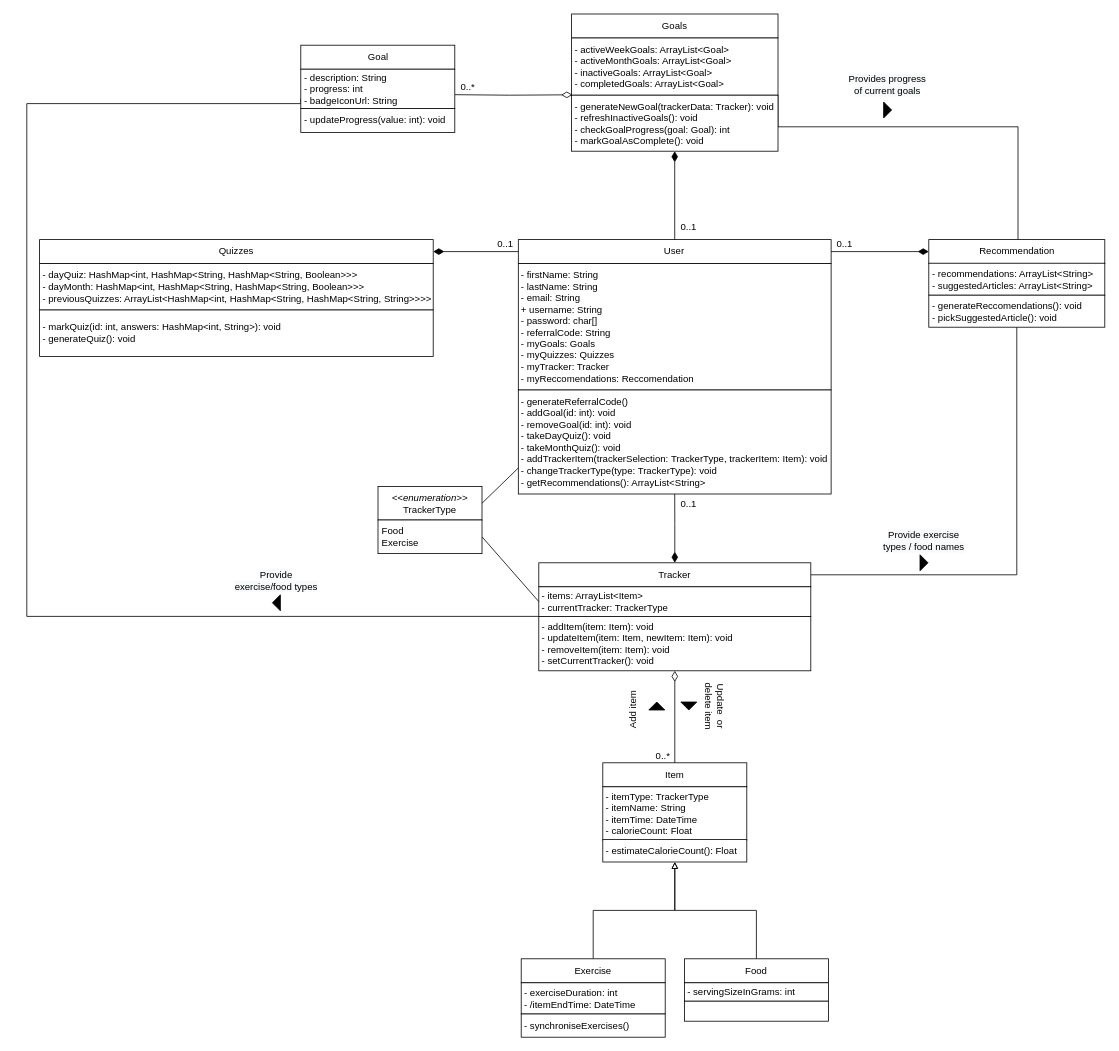
Before: Final_class_diagram_improved.drawio in ahammond3aws/DC2SEN, a draw.io diagram. Source tidied: cells renumbered, new cells numbered last; positions are measured from the earlier drawing's top-left corner, leaving out a move shared by most shapes. Both pictures are drawn from the tidied source at 80%, with x=0, y=0 at pixel (26, 14).
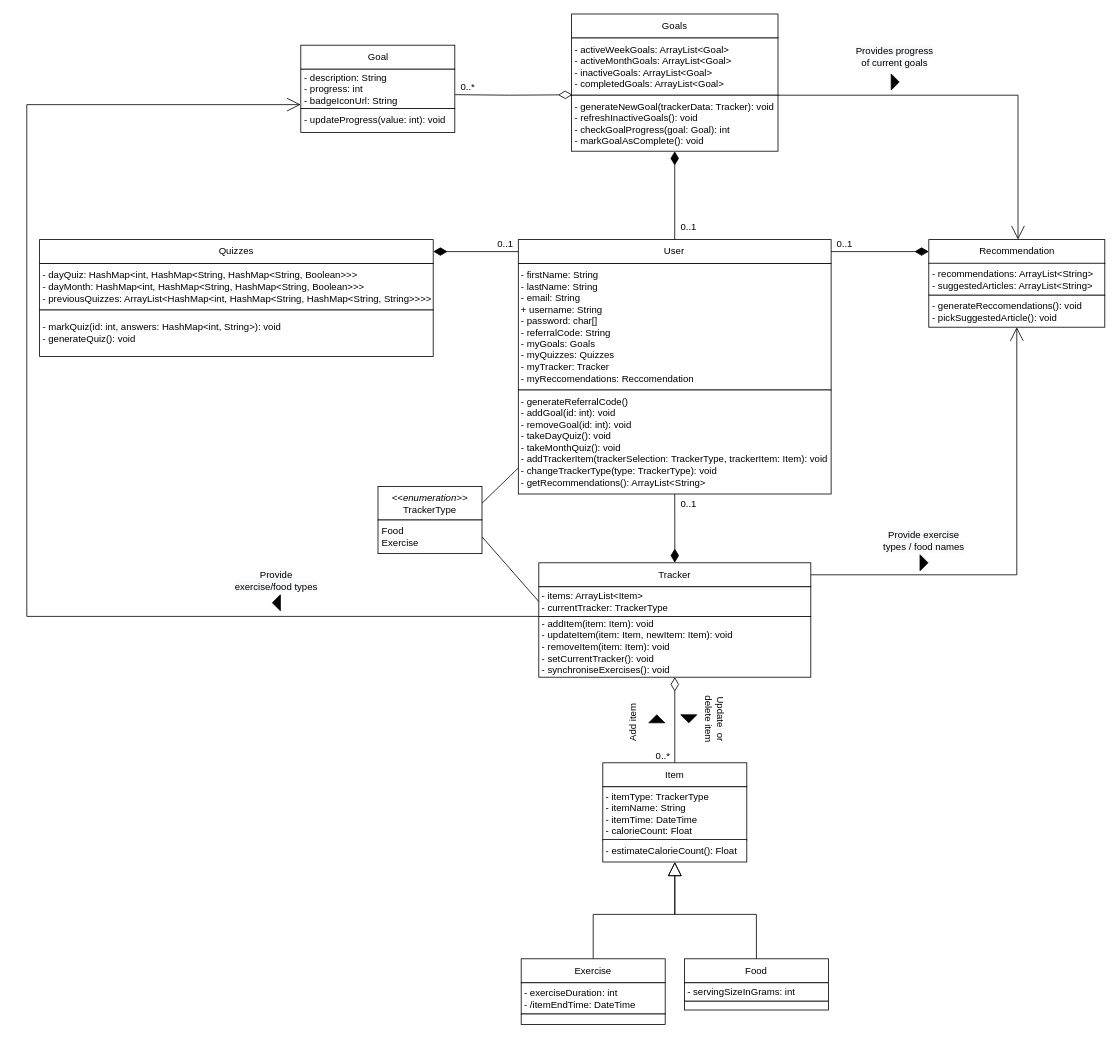
After the change.

Unchanged cells that the change refers to:
```xml
<mxCell id="2" value="User" style="rounded=0;whiteSpace=wrap;html=1;" parent="1" vertex="1">
  <mxGeometry x="614.4" y="282" width="391" height="30" as="geometry" />
</mxCell>
<mxCell id="5" value="Tracker" style="rounded=0;whiteSpace=wrap;html=1;" parent="1" vertex="1">
  <mxGeometry x="640" y="686" width="340" height="30" as="geometry" />
</mxCell>
<mxCell id="7" value="Exercise" style="rounded=0;whiteSpace=wrap;html=1;" parent="1" vertex="1">
  <mxGeometry x="618" y="1181" width="180" height="30" as="geometry" />
</mxCell>
<mxCell id="9" value="Food" style="rounded=0;whiteSpace=wrap;html=1;" parent="1" vertex="1">
  <mxGeometry x="822" y="1181" width="180" height="30" as="geometry" />
</mxCell>
<mxCell id="12" value="Recommendation" style="rounded=0;whiteSpace=wrap;html=1;" parent="1" vertex="1">
  <mxGeometry x="1127.5" y="282" width="220" height="30" as="geometry" />
</mxCell>
<mxCell id="16" value="Quizzes" style="rounded=0;whiteSpace=wrap;html=1;" parent="1" vertex="1">
  <mxGeometry x="16" y="282" width="492" height="30" as="geometry" />
</mxCell>
<mxCell id="34" value="- items: ArrayList&amp;lt;Item&amp;gt;&lt;br&gt;- currentTracker:&amp;nbsp;&lt;span style=&quot;text-align: center;&quot;&gt;TrackerType&lt;/span&gt;" style="rounded=0;whiteSpace=wrap;html=1;align=left;spacingLeft=2;" parent="1" vertex="1">
  <mxGeometry x="640" y="716" width="340" height="37" as="geometry" />
</mxCell>
<mxCell id="38" value="- generateReccomendations(): void&lt;br&gt;- pickSuggestedArticle(): void" style="rounded=0;whiteSpace=wrap;html=1;align=left;spacingLeft=2;" parent="1" vertex="1">
  <mxGeometry x="1127.5" y="351.5" width="220" height="40" as="geometry" />
</mxCell>
<mxCell id="40" value="- generateReferralCode()&lt;br&gt;- addGoal(id: int): void&lt;br&gt;- removeGoal(id: int): void&lt;br&gt;- takeDayQuiz(): void&lt;br&gt;- takeMonthQuiz(): void&lt;br&gt;- addTrackerItem(trackerSelection:&amp;nbsp;&lt;span style=&quot;text-align: center;&quot;&gt;TrackerType&lt;/span&gt;, trackerItem: Item): void&lt;br&gt;- changeTrackerType(type: TrackerType): void&lt;br&gt;- getRecommendations(): ArrayList&amp;lt;String&amp;gt;" style="rounded=0;whiteSpace=wrap;html=1;align=left;spacingLeft=2;" parent="1" vertex="1">
  <mxGeometry x="614.4" y="470" width="391" height="130" as="geometry" />
</mxCell>
<mxCell id="42" value="&lt;i&gt;&amp;lt;&amp;lt;enumeration&amp;gt;&amp;gt;&lt;/i&gt;&lt;br&gt;TrackerType" style="rounded=0;whiteSpace=wrap;html=1;" parent="1" vertex="1">
  <mxGeometry x="439" y="590.5" width="130" height="42" as="geometry" />
</mxCell>
<mxCell id="44" value="&lt;div style=&quot;&quot;&gt;&lt;span style=&quot;background-color: initial;&quot;&gt;Food&lt;/span&gt;&lt;/div&gt;&lt;div style=&quot;&quot;&gt;&lt;span style=&quot;background-color: initial;&quot;&gt;Exercise&lt;/span&gt;&lt;/div&gt;" style="rounded=0;whiteSpace=wrap;html=1;align=left;spacingLeft=3;" parent="1" vertex="1">
  <mxGeometry x="439" y="632.5" width="130" height="42" as="geometry" />
</mxCell>
<mxCell id="47" value="- activeWeekGoals: ArrayList&amp;lt;Goal&amp;gt;&lt;br&gt;- activeMonthGoals: ArrayList&amp;lt;Goal&amp;gt;&lt;br&gt;- inactiveGoals: ArrayList&amp;lt;Goal&amp;gt;&lt;br&gt;- completedGoals: ArrayList&amp;lt;Goal&amp;gt;" style="rounded=0;whiteSpace=wrap;html=1;align=left;spacingLeft=2;" parent="1" vertex="1">
  <mxGeometry x="681" y="30" width="258" height="71.5" as="geometry" />
</mxCell>
<mxCell id="49" value="- generateNewGoal(trackerData: Tracker): void&lt;br&gt;- refreshInactiveGoals(): void&lt;br&gt;- checkGoalProgress(goal: Goal): int&lt;br&gt;- markGoalAsComplete(): void" style="rounded=0;whiteSpace=wrap;html=1;align=left;spacingLeft=2;" parent="1" vertex="1">
  <mxGeometry x="680.8" y="101.5" width="258.2" height="70" as="geometry" />
</mxCell>
<mxCell id="51" value="- description: String&lt;br&gt;- progress: int&lt;br&gt;- badgeIconUrl: String" style="rounded=0;whiteSpace=wrap;html=1;align=left;spacingLeft=2;" parent="1" vertex="1">
  <mxGeometry x="342.5" y="69" width="192.5" height="49" as="geometry" />
</mxCell>
<mxCell id="56" value="Item" style="rounded=0;whiteSpace=wrap;html=1;" parent="1" vertex="1">
  <mxGeometry x="720" y="936" width="180" height="30" as="geometry" />
</mxCell>
<mxCell id="58" value="- estimateCalorieCount(): Float" style="rounded=0;whiteSpace=wrap;html=1;align=left;spacingLeft=2;" parent="1" vertex="1">
  <mxGeometry x="720" y="1032" width="180" height="28" as="geometry" />
</mxCell>
```

Diff of the diagram source:
```diff
@@
-    <mxCell id="3" style="edgeStyle=orthogonalEdgeStyle;rounded=0;jettySize=auto;html=1;exitX=0.5;exitY=0;exitDx=0;exitDy=0;entryX=0.5;entryY=1;entryDx=0;entryDy=0;endArrow=none;endFill=0;startArrow=diamondThin;startFill=1;startSize=11;" parent="1" edge="1" source="5" target="40">
+    <mxCell id="3" style="edgeStyle=orthogonalEdgeStyle;rounded=0;jettySize=auto;html=1;exitX=0.5;exitY=0;exitDx=0;exitDy=0;entryX=0.5;entryY=1;entryDx=0;entryDy=0;endArrow=none;endFill=0;startArrow=diamondThin;startFill=1;startSize=15;endSize=15;" parent="1" edge="1" source="5" target="40">
       <mxGeometry relative="1" as="geometry" />
     </mxCell>
-    <mxCell id="4" style="edgeStyle=orthogonalEdgeStyle;rounded=0;jumpSize=6;jettySize=auto;html=1;exitX=1;exitY=0.5;exitDx=0;exitDy=0;entryX=0.5;entryY=1;entryDx=0;entryDy=0;strokeWidth=1;fontSize=12;startArrow=none;startFill=0;endArrow=none;endFill=0;startSize=6;endSize=11;" parent="1" edge="1" source="5" target="38">
+    <mxCell id="4" style="edgeStyle=orthogonalEdgeStyle;rounded=0;jumpSize=6;jettySize=auto;html=1;exitX=1;exitY=0.5;exitDx=0;exitDy=0;entryX=0.5;entryY=1;entryDx=0;entryDy=0;strokeWidth=1;fontSize=12;startArrow=none;startFill=0;endArrow=open;endFill=0;startSize=15;endSize=15;" parent="1" edge="1" source="5" target="38">
       <mxGeometry relative="1" as="geometry" />
     </mxCell>
@@
-    <mxCell id="6" style="edgeStyle=orthogonalEdgeStyle;rounded=0;jettySize=auto;html=1;exitX=0.5;exitY=0;exitDx=0;exitDy=0;entryX=0.5;entryY=1;entryDx=0;entryDy=0;endArrow=block;endFill=0;" parent="1" edge="1" source="7" target="58">
+    <mxCell id="6" style="edgeStyle=orthogonalEdgeStyle;rounded=0;jettySize=auto;html=1;exitX=0.5;exitY=0;exitDx=0;exitDy=0;entryX=0.5;entryY=1;entryDx=0;entryDy=0;endArrow=block;endFill=0;endSize=15;startSize=15;" parent="1" edge="1" source="7" target="58">
       <mxGeometry relative="1" as="geometry" />
     </mxCell>
@@
-    <mxCell id="8" style="edgeStyle=orthogonalEdgeStyle;rounded=0;jettySize=auto;html=1;exitX=0.5;exitY=0;exitDx=0;exitDy=0;entryX=0.5;entryY=1;entryDx=0;entryDy=0;endArrow=block;endFill=0;" parent="1" edge="1" source="9" target="58">
+    <mxCell id="8" style="edgeStyle=orthogonalEdgeStyle;rounded=0;jettySize=auto;html=1;exitX=0.5;exitY=0;exitDx=0;exitDy=0;entryX=0.5;entryY=1;entryDx=0;entryDy=0;endArrow=block;endFill=0;endSize=15;startSize=15;" parent="1" edge="1" source="9" target="58">
       <mxGeometry relative="1" as="geometry" />
     </mxCell>
@@
-    <mxCell id="10" style="edgeStyle=orthogonalEdgeStyle;rounded=0;jettySize=auto;html=1;entryX=1;entryY=0.5;entryDx=0;entryDy=0;endArrow=none;endFill=0;startArrow=diamondThin;startFill=1;startSize=11;" parent="1" edge="1" source="12" target="2">
+    <mxCell id="10" style="edgeStyle=orthogonalEdgeStyle;rounded=0;jettySize=auto;html=1;entryX=1;entryY=0.5;entryDx=0;entryDy=0;endArrow=none;endFill=0;startArrow=diamondThin;startFill=1;startSize=15;endSize=15;" parent="1" edge="1" source="12" target="2">
       <mxGeometry relative="1" as="geometry" />
     </mxCell>
-    <mxCell id="11" style="edgeStyle=orthogonalEdgeStyle;rounded=0;jettySize=auto;html=1;entryX=1;entryY=1;entryDx=0;entryDy=0;endArrow=none;endFill=0;" parent="1" edge="1" source="12" target="47">
-      <mxGeometry relative="1" as="geometry">
+    <mxCell id="11" style="edgeStyle=orthogonalEdgeStyle;rounded=0;jettySize=auto;html=1;entryX=1;entryY=1;entryDx=0;entryDy=0;endArrow=none;endFill=0;startArrow=open;startFill=0;endSize=15;startSize=15;" parent="1" edge="1" source="12" target="47">
+      <mxGeometry x="0.06" y="50" relative="1" as="geometry">
         <Array as="points">
-          <mxPoint x="1239" y="141" />
+          <mxPoint x="1239" y="101" />
         </Array>
       </mxGeometry>
     </mxCell>
@@
-    <mxCell id="13" style="edgeStyle=orthogonalEdgeStyle;rounded=0;jettySize=auto;html=1;entryX=0.5;entryY=0;entryDx=0;entryDy=0;endArrow=none;endFill=0;startArrow=diamondThin;startFill=1;endSize=6;jumpSize=6;fontSize=12;strokeWidth=1;startSize=11;exitX=0.5;exitY=1;exitDx=0;exitDy=0;" parent="1" edge="1" source="49" target="2">
+    <mxCell id="13" style="edgeStyle=orthogonalEdgeStyle;rounded=0;jettySize=auto;html=1;entryX=0.5;entryY=0;entryDx=0;entryDy=0;endArrow=none;endFill=0;startArrow=diamondThin;startFill=1;endSize=15;jumpSize=6;fontSize=12;strokeWidth=1;startSize=15;exitX=0.5;exitY=1;exitDx=0;exitDy=0;" parent="1" edge="1" source="49" target="2">
       <mxGeometry relative="1" as="geometry" />
     </mxCell>
@@
-    <mxCell id="15" style="edgeStyle=orthogonalEdgeStyle;rounded=0;jettySize=auto;html=1;entryX=0;entryY=0.5;entryDx=0;entryDy=0;endArrow=none;endFill=0;startArrow=diamondThin;startFill=1;startSize=11;" parent="1" edge="1" source="16" target="2">
+    <mxCell id="15" style="edgeStyle=orthogonalEdgeStyle;rounded=0;jettySize=auto;html=1;entryX=0;entryY=0.5;entryDx=0;entryDy=0;endArrow=none;endFill=0;startArrow=diamondThin;startFill=1;startSize=15;endSize=15;" parent="1" edge="1" source="16" target="2">
       <mxGeometry relative="1" as="geometry" />
     </mxCell>
@@
     <mxCell id="22" style="triangle;whiteSpace=wrap;html=1;fontSize=12;fillColor=#000000;rotation=-90;" parent="1" vertex="1">
-      <mxGeometry x="782.5" y="855" width="10" height="20" as="geometry" />
+      <mxGeometry x="782.5" y="871" width="10" height="20" as="geometry" />
     </mxCell>
     <mxCell id="23" style="triangle;whiteSpace=wrap;html=1;fontSize=12;fillColor=#000000;rotation=90;" parent="1" vertex="1">
-      <mxGeometry x="822.5" y="855" width="10" height="20" as="geometry" />
+      <mxGeometry x="822.5" y="871" width="10" height="20" as="geometry" />
     </mxCell>
     <mxCell id="24" value="Add item" style="text;html=1;strokeColor=none;fillColor=none;align=center;verticalAlign=middle;whiteSpace=wrap;rounded=0;fontSize=12;rotation=-90;" parent="1" vertex="1">
-      <mxGeometry x="727.5" y="855" width="60" height="30" as="geometry" />
+      <mxGeometry x="727.5" y="871" width="60" height="30" as="geometry" />
     </mxCell>
     <mxCell id="25" value="Update&amp;nbsp; or delete item" style="text;html=1;strokeColor=none;fillColor=none;align=center;verticalAlign=middle;whiteSpace=wrap;rounded=0;fontSize=12;rotation=90;" parent="1" vertex="1">
-      <mxGeometry x="827.5" y="850" width="65" height="30" as="geometry" />
+      <mxGeometry x="827.5" y="866" width="65" height="30" as="geometry" />
     </mxCell>
@@
     <mxCell id="27" style="triangle;whiteSpace=wrap;html=1;fontSize=12;fillColor=#000000;" parent="1" vertex="1">
-      <mxGeometry x="1071" y="110" width="10" height="20" as="geometry" />
+      <mxGeometry x="1080.5" y="75" width="10" height="20" as="geometry" />
     </mxCell>
     <mxCell id="28" value="&lt;span style=&quot;background-color: rgb(248, 249, 250);&quot;&gt;Provides progress of current goals&lt;/span&gt;" style="text;html=1;strokeColor=none;fillColor=none;align=center;verticalAlign=middle;whiteSpace=wrap;rounded=0;fontSize=12;" parent="1" vertex="1">
-      <mxGeometry x="1024.5" y="74" width="101.5" height="30" as="geometry" />
+      <mxGeometry x="1034" y="39" width="101.5" height="30" as="geometry" />
     </mxCell>
@@
-    <mxCell id="31" value="- synchroniseExercises()" style="rounded=0;whiteSpace=wrap;html=1;align=left;spacingLeft=2;" parent="1" vertex="1">
-      <mxGeometry x="618" y="1250" width="180" height="29" as="geometry" />
+    <mxCell id="31" style="rounded=0;whiteSpace=wrap;html=1;align=left;spacingLeft=2;" parent="1" vertex="1">
+      <mxGeometry x="618" y="1250" width="180" height="13" as="geometry" />
     </mxCell>
@@
     <mxCell id="33" style="rounded=0;whiteSpace=wrap;html=1;align=left;spacingLeft=2;" parent="1" vertex="1">
-      <mxGeometry x="822" y="1234" width="180" height="25" as="geometry" />
+      <mxGeometry x="822" y="1234" width="180" height="11" as="geometry" />
     </mxCell>
@@
-    <mxCell id="35" style="edgeStyle=orthogonalEdgeStyle;rounded=0;jettySize=auto;html=1;entryX=0;entryY=0.75;entryDx=0;entryDy=0;startArrow=none;startFill=0;endArrow=none;endFill=0;exitX=0;exitY=1;exitDx=0;exitDy=0;" parent="1" edge="1" source="34" target="51">
+    <mxCell id="35" style="edgeStyle=orthogonalEdgeStyle;rounded=0;jettySize=auto;html=1;entryX=-0.001;entryY=0.904;entryDx=0;entryDy=0;startArrow=none;startFill=0;endArrow=open;endFill=0;exitX=0;exitY=1;exitDx=0;exitDy=0;endSize=15;startSize=15;entryPerimeter=0;" parent="1" edge="1" source="34" target="51">
       <mxGeometry relative="1" as="geometry">
         <Array as="points">
           <mxPoint y="753" />
-          <mxPoint y="112" />
-          <mxPoint x="343" y="112" />
+          <mxPoint y="113" />
+          <mxPoint x="342" y="113" />
         </Array>
       </mxGeometry>
     </mxCell>
-    <mxCell id="36" value="- addItem(item: Item): void&lt;br&gt;- updateItem(item: Item, newItem: Item): void&lt;br&gt;- removeItem(item: Item): void&lt;br&gt;- setCurrentTracker(): void" style="rounded=0;whiteSpace=wrap;html=1;align=left;spacingLeft=2;" parent="1" vertex="1">
-      <mxGeometry x="640" y="753" width="340" height="68" as="geometry" />
+    <mxCell id="36" value="- addItem(item: Item): void&lt;br&gt;- updateItem(item: Item, newItem: Item): void&lt;br&gt;- removeItem(item: Item): void&lt;br&gt;- setCurrentTracker(): void&lt;br&gt;- synchroniseExercises(): void" style="rounded=0;whiteSpace=wrap;html=1;align=left;spacingLeft=2;" parent="1" vertex="1">
+      <mxGeometry x="640" y="753" width="340" height="76" as="geometry" />
     </mxCell>
@@
-    <mxCell id="41" style="rounded=0;jettySize=auto;html=1;exitX=1;exitY=0.5;exitDx=0;exitDy=0;endArrow=none;endFill=0;entryX=0;entryY=0.75;entryDx=0;entryDy=0;" parent="1" edge="1" source="42" target="40">
+    <mxCell id="41" style="rounded=0;jettySize=auto;html=1;exitX=1;exitY=0.5;exitDx=0;exitDy=0;endArrow=none;endFill=0;entryX=0;entryY=0.75;entryDx=0;entryDy=0;endSize=15;startSize=15;" parent="1" edge="1" source="42" target="40">
       <mxGeometry relative="1" as="geometry" />
     </mxCell>
@@
-    <mxCell id="43" style="edgeStyle=none;rounded=0;jettySize=auto;html=1;exitX=1;exitY=0.5;exitDx=0;exitDy=0;entryX=0;entryY=0.5;entryDx=0;entryDy=0;endArrow=none;endFill=0;" parent="1" edge="1" source="44" target="34">
+    <mxCell id="43" style="edgeStyle=none;rounded=0;jettySize=auto;html=1;exitX=1;exitY=0.5;exitDx=0;exitDy=0;entryX=0;entryY=0.5;entryDx=0;entryDy=0;endArrow=none;endFill=0;endSize=15;startSize=15;" parent="1" edge="1" source="44" target="34">
       <mxGeometry relative="1" as="geometry" />
     </mxCell>
@@
-    <mxCell id="48" style="edgeStyle=orthogonalEdgeStyle;rounded=0;jettySize=auto;html=1;entryX=1.001;entryY=0.65;entryDx=0;entryDy=0;entryPerimeter=0;startArrow=diamondThin;startFill=0;endArrow=none;endFill=0;startSize=11;" parent="1" edge="1" target="51">
+    <mxCell id="48" style="edgeStyle=orthogonalEdgeStyle;rounded=0;jettySize=auto;html=1;entryX=1.001;entryY=0.65;entryDx=0;entryDy=0;entryPerimeter=0;startArrow=diamondThin;startFill=0;endArrow=none;endFill=0;startSize=15;endSize=15;" parent="1" edge="1" target="51">
       <mxGeometry relative="1" as="geometry">
         <mxPoint x="682" y="101" as="sourcePoint" />
       </mxGeometry>
     </mxCell>
@@
-    <mxCell id="59" style="edgeStyle=orthogonalEdgeStyle;rounded=0;jettySize=auto;html=1;endArrow=diamondThin;endFill=0;startSize=6;endSize=11;exitX=0.5;exitY=0;exitDx=0;exitDy=0;entryX=0.5;entryY=1;entryDx=0;entryDy=0;" parent="1" edge="1" source="56" target="36">
+    <mxCell id="59" style="edgeStyle=orthogonalEdgeStyle;rounded=0;jettySize=auto;html=1;endArrow=diamondThin;endFill=0;startSize=15;endSize=15;exitX=0.5;exitY=0;exitDx=0;exitDy=0;entryX=0.5;entryY=1;entryDx=0;entryDy=0;" parent="1" edge="1" source="56" target="36">
       <mxGeometry relative="1" as="geometry" />
     </mxCell>
```
